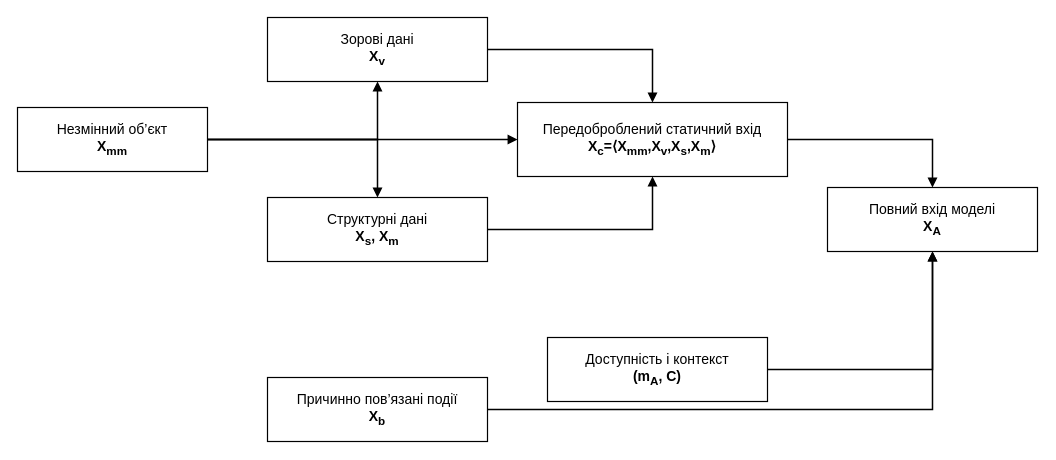
Above: title/figures_drawio/fig_2_2_multilevel_container.drawio in oleksandrmelnychenko/dima-phd (draw.io), before the change. Source tidied: cells renumbered, new cells numbered last; positions are measured from the earlier drawing's top-left corner, leaving out a move shared by most shapes. Both pictures are drawn from the tidied source at 100%, with x=0, y=0 at pixel (17, 17).
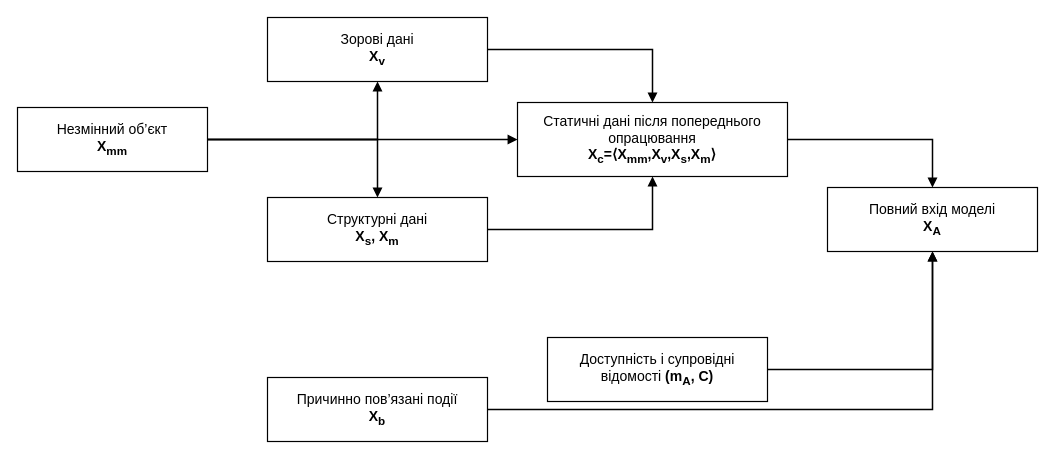
The same page after the edit.

The edit, as a diff of the source:
```diff
@@
 <mxGraphModel>
   <root>
     <mxCell id="0" />
     <mxCell id="1" parent="0" />
     <mxCell id="2" value="Незмінний об’єкт&lt;br&gt;&lt;b&gt;X&lt;sub&gt;mm&lt;/sub&gt;&lt;/b&gt;" style="rounded=0;whiteSpace=wrap;html=1;fillColor=#ffffff;strokeColor=#000000;strokeWidth=1.2;fontColor=#000000;fontSize=14;align=center;verticalAlign=middle;spacing=8;" parent="1" vertex="1">
       <mxGeometry y="90" width="190" height="64" as="geometry" />
     </mxCell>
     <mxCell id="3" value="Зорові дані&lt;br&gt;&lt;b&gt;X&lt;sub&gt;v&lt;/sub&gt;&lt;/b&gt;" style="rounded=0;whiteSpace=wrap;html=1;fillColor=#ffffff;strokeColor=#000000;strokeWidth=1.2;fontColor=#000000;fontSize=14;align=center;verticalAlign=middle;spacing=8;" parent="1" vertex="1">
       <mxGeometry x="250" width="220" height="64" as="geometry" />
     </mxCell>
     <mxCell id="4" value="Структурні дані&lt;br&gt;&lt;b&gt;X&lt;sub&gt;s&lt;/sub&gt;, X&lt;sub&gt;m&lt;/sub&gt;&lt;/b&gt;" style="rounded=0;whiteSpace=wrap;html=1;fillColor=#ffffff;strokeColor=#000000;strokeWidth=1.2;fontColor=#000000;fontSize=14;align=center;verticalAlign=middle;spacing=8;" parent="1" vertex="1">
       <mxGeometry x="250" y="180" width="220" height="64" as="geometry" />
     </mxCell>
-    <mxCell id="5" value="Передоброблений статичний вхід&lt;br&gt;&lt;b&gt;X&lt;sub&gt;c&lt;/sub&gt;=⟨X&lt;sub&gt;mm&lt;/sub&gt;,X&lt;sub&gt;v&lt;/sub&gt;,X&lt;sub&gt;s&lt;/sub&gt;,X&lt;sub&gt;m&lt;/sub&gt;⟩&lt;/b&gt;" style="rounded=0;whiteSpace=wrap;html=1;fillColor=#ffffff;strokeColor=#000000;strokeWidth=1.2;fontColor=#000000;fontSize=14;align=center;verticalAlign=middle;spacing=8;" parent="1" vertex="1">
+    <mxCell id="5" value="Статичні дані після попереднього опрацювання&lt;br&gt;&lt;b&gt;X&lt;sub&gt;c&lt;/sub&gt;=⟨X&lt;sub&gt;mm&lt;/sub&gt;,X&lt;sub&gt;v&lt;/sub&gt;,X&lt;sub&gt;s&lt;/sub&gt;,X&lt;sub&gt;m&lt;/sub&gt;⟩&lt;/b&gt;" style="rounded=0;whiteSpace=wrap;html=1;fillColor=#ffffff;strokeColor=#000000;strokeWidth=1.2;fontColor=#000000;fontSize=14;align=center;verticalAlign=middle;spacing=8;" parent="1" vertex="1">
       <mxGeometry x="500" y="85" width="270" height="74" as="geometry" />
     </mxCell>
     <mxCell id="6" value="Причинно пов’язані події&lt;br&gt;&lt;b&gt;X&lt;sub&gt;b&lt;/sub&gt;&lt;/b&gt;" style="rounded=0;whiteSpace=wrap;html=1;fillColor=#ffffff;strokeColor=#000000;strokeWidth=1.2;fontColor=#000000;fontSize=14;align=center;verticalAlign=middle;spacing=8;" parent="1" vertex="1">
       <mxGeometry x="250" y="360" width="220" height="64" as="geometry" />
     </mxCell>
-    <mxCell id="7" value="Доступність і контекст&lt;br&gt;&lt;b&gt;(m&lt;sub&gt;A&lt;/sub&gt;, C)&lt;/b&gt;" style="rounded=0;whiteSpace=wrap;html=1;fillColor=#ffffff;strokeColor=#000000;strokeWidth=1.2;fontColor=#000000;fontSize=14;align=center;verticalAlign=middle;spacing=8;" parent="1" vertex="1">
+    <mxCell id="7" value="Доступність і супровідні&lt;br&gt;відомості &lt;b&gt;(m&lt;sub&gt;A&lt;/sub&gt;, C)&lt;/b&gt;" style="rounded=0;whiteSpace=wrap;html=1;fillColor=#ffffff;strokeColor=#000000;strokeWidth=1.2;fontColor=#000000;fontSize=14;align=center;verticalAlign=middle;spacing=8;" parent="1" vertex="1">
       <mxGeometry x="530" y="320" width="220" height="64" as="geometry" />
     </mxCell>
     <mxCell id="8" value="Повний вхід моделі&lt;br&gt;&lt;b&gt;X&lt;sub&gt;A&lt;/sub&gt;&lt;/b&gt;" style="rounded=0;whiteSpace=wrap;html=1;fillColor=#ffffff;strokeColor=#000000;strokeWidth=1.2;fontColor=#000000;fontSize=14;align=center;verticalAlign=middle;spacing=8;" parent="1" vertex="1">
       <mxGeometry x="810" y="170" width="210" height="64" as="geometry" />
     </mxCell>
     <mxCell id="9" style="edgeStyle=orthogonalEdgeStyle;rounded=0;jettySize=auto;html=1;endArrow=block;endFill=1;strokeColor=#000000;strokeWidth=1.5;" parent="1" edge="1" source="2" target="3">
       <mxGeometry relative="1" as="geometry" />
     </mxCell>
     <mxCell id="10" style="edgeStyle=orthogonalEdgeStyle;rounded=0;jettySize=auto;html=1;endArrow=block;endFill=1;strokeColor=#000000;strokeWidth=1.5;" parent="1" edge="1" source="2" target="4">
       <mxGeometry relative="1" as="geometry" />
     </mxCell>
     <mxCell id="11" style="edgeStyle=orthogonalEdgeStyle;rounded=0;jettySize=auto;html=1;endArrow=block;endFill=1;strokeColor=#000000;strokeWidth=1.5;" parent="1" edge="1" source="3" target="5">
       <mxGeometry relative="1" as="geometry" />
     </mxCell>
     <mxCell id="12" style="edgeStyle=orthogonalEdgeStyle;rounded=0;jettySize=auto;html=1;endArrow=block;endFill=1;strokeColor=#000000;strokeWidth=1.5;" parent="1" edge="1" source="4" target="5">
       <mxGeometry relative="1" as="geometry" />
     </mxCell>
     <mxCell id="13" style="edgeStyle=orthogonalEdgeStyle;rounded=0;jettySize=auto;html=1;endArrow=block;endFill=1;strokeColor=#000000;strokeWidth=1.5;" parent="1" edge="1" source="5" target="8">
       <mxGeometry relative="1" as="geometry" />
     </mxCell>
     <mxCell id="14" style="edgeStyle=orthogonalEdgeStyle;rounded=0;jettySize=auto;html=1;endArrow=block;endFill=1;strokeColor=#000000;strokeWidth=1.5;" parent="1" edge="1" source="6" target="8">
       <mxGeometry relative="1" as="geometry" />
     </mxCell>
     <mxCell id="15" style="edgeStyle=orthogonalEdgeStyle;rounded=0;jettySize=auto;html=1;endArrow=block;endFill=1;strokeColor=#000000;strokeWidth=1.5;" parent="1" edge="1" source="7" target="8">
       <mxGeometry relative="1" as="geometry" />
     </mxCell>
     <mxCell id="16" style="edgeStyle=orthogonalEdgeStyle;rounded=0;jettySize=auto;html=1;endArrow=block;endFill=1;strokeColor=#000000;strokeWidth=1.5;" parent="1" edge="1" source="2" target="5">
       <mxGeometry relative="1" as="geometry" />
     </mxCell>
   </root>
 </mxGraphModel>
```
